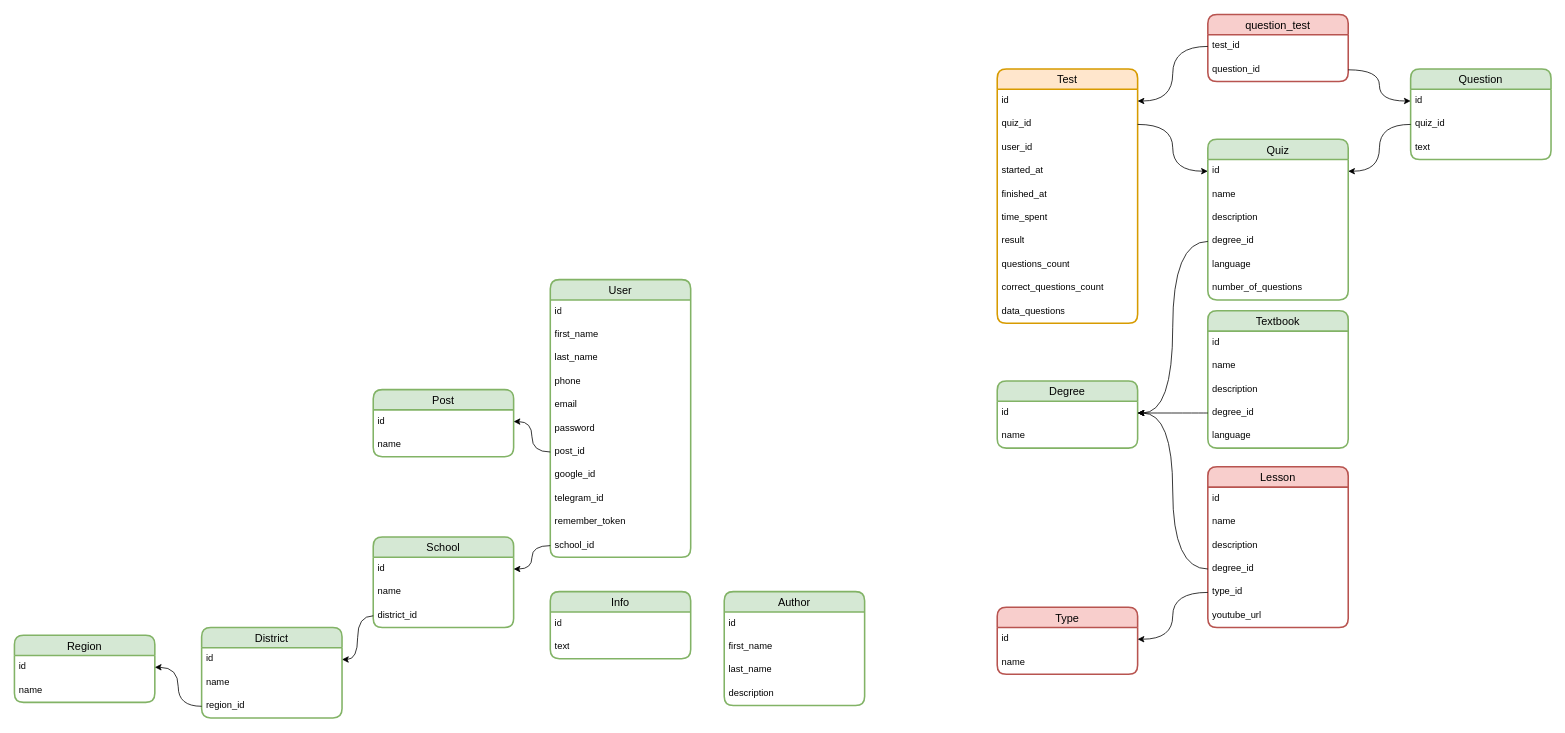
This is karsoft-learn-platform.drawio from iztileuoff/databases, a draw.io file, before an edit. Source tidied: cells renumbered, new cells numbered last; positions are measured from the earlier drawing's top-left corner, leaving out a move shared by most shapes. Both pictures are drawn from the tidied source at 78%, with x=0, y=0 at pixel (14, 14).
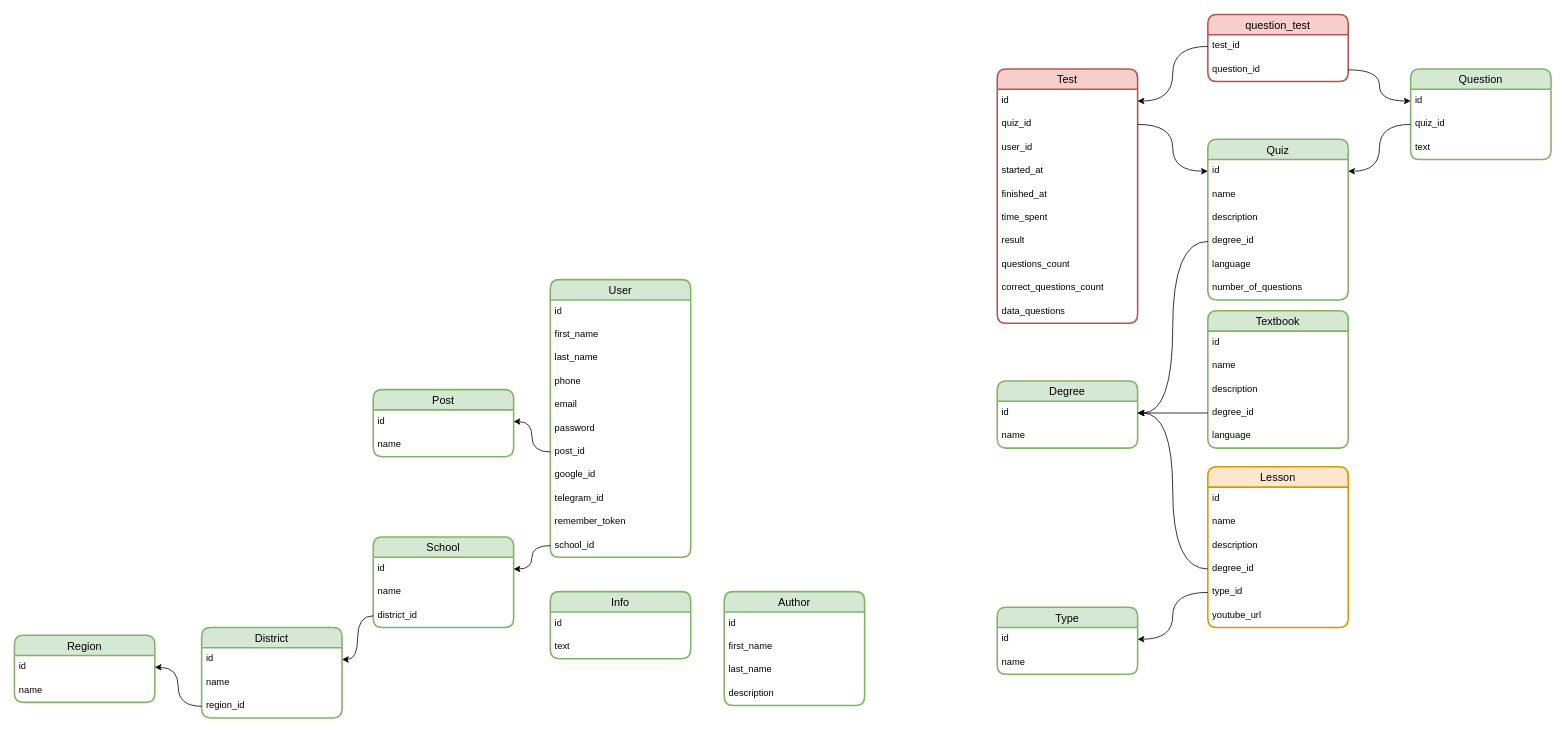
After the change.

Diff of the diagram source:
```diff
@@
-    <mxCell id="29" value="Test" style="swimlane;fontStyle=0;horizontal=1;startSize=26;align=center;fontSize=14;strokeWidth=2;rounded=1;shadow=0;glass=0;swimlaneLine=1;labelBackgroundColor=none;labelBorderColor=none;textShadow=0;fillColor=#ffe6cc;strokeColor=#d79b00;" parent="1" vertex="1">
+    <mxCell id="29" value="Test" style="swimlane;fontStyle=0;horizontal=1;startSize=26;align=center;fontSize=14;strokeWidth=2;rounded=1;shadow=0;glass=0;swimlaneLine=1;labelBackgroundColor=none;labelBorderColor=none;textShadow=0;fillColor=#f8cecc;strokeColor=#b85450;" parent="1" vertex="1">
       <mxGeometry x="1260" y="70" width="180" height="326" as="geometry" />
     </mxCell>
@@
-    <mxCell id="52" value="Lesson" style="swimlane;fontStyle=0;horizontal=1;startSize=26;align=center;fontSize=14;strokeWidth=2;rounded=1;shadow=0;glass=0;swimlaneLine=1;labelBackgroundColor=none;labelBorderColor=none;textShadow=0;fillColor=#f8cecc;strokeColor=#b85450;" parent="1" vertex="1">
+    <mxCell id="52" value="Lesson" style="swimlane;fontStyle=0;horizontal=1;startSize=26;align=center;fontSize=14;strokeWidth=2;rounded=1;shadow=0;glass=0;swimlaneLine=1;labelBackgroundColor=none;labelBorderColor=none;textShadow=0;fillColor=#ffe6cc;strokeColor=#d79b00;" parent="1" vertex="1">
       <mxGeometry x="1530" y="580" width="180" height="206" as="geometry" />
     </mxCell>
@@
-    <mxCell id="88" value="Type" style="swimlane;fontStyle=0;horizontal=1;startSize=26;align=center;fontSize=14;strokeWidth=2;rounded=1;shadow=0;glass=0;swimlaneLine=1;labelBackgroundColor=none;labelBorderColor=none;textShadow=0;fillColor=#f8cecc;strokeColor=#b85450;" parent="1" vertex="1">
+    <mxCell id="88" value="Type" style="swimlane;fontStyle=0;horizontal=1;startSize=26;align=center;fontSize=14;strokeWidth=2;rounded=1;shadow=0;glass=0;swimlaneLine=1;labelBackgroundColor=none;labelBorderColor=none;textShadow=0;fillColor=#d5e8d4;strokeColor=#82b366;" parent="1" vertex="1">
       <mxGeometry x="1260" y="760" width="180" height="86" as="geometry" />
     </mxCell>
```
